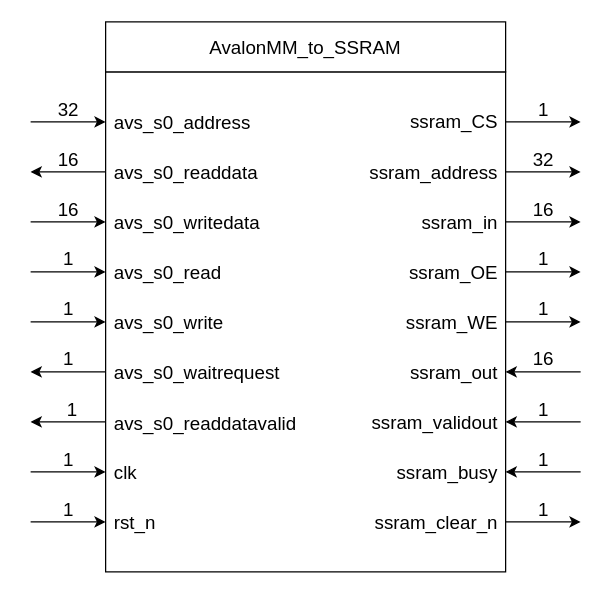
Above: page "AvalonMM_to_SSRAM" (1 of 3) of IP_cores/AvalonMM_to_hRAM/AvalonMM_to_SSRAM_v1/rtl/AvalonMM_to_SSRAM.drawio in AndreaBononi/IP_cores (draw.io), before the change. Source tidied: cells renumbered, new cells numbered last; positions are measured from the earlier drawing's top-left corner, leaving out a move shared by most shapes. Both pictures are drawn from the tidied source at 125%, with x=0, y=0 at pixel (30, 21).
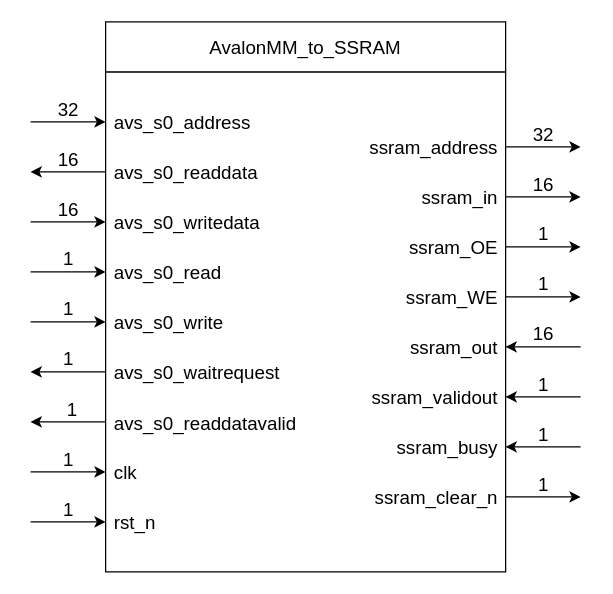
The same page after the edit.

What changed in the source:
```diff
@@
     <mxCell id="11" style="endArrow=classic;html=1;rounded=0;fontSize=15;" parent="1" edge="1">
       <mxGeometry relative="1" as="geometry">
-        <mxPoint x="380" y="200" as="sourcePoint" />
-        <mxPoint x="440" y="200" as="targetPoint" />
+        <mxPoint x="380" y="180" as="sourcePoint" />
+        <mxPoint x="440" y="180" as="targetPoint" />
       </mxGeometry>
     </mxCell>
     <mxCell id="12" value="1" style="text;html=1;align=center;verticalAlign=middle;strokeColor=none;fillColor=none;fontSize=15;" parent="1" vertex="1">
-      <mxGeometry x="400" y="219.3" width="20" height="20" as="geometry" />
+      <mxGeometry x="400" y="199.3" width="20" height="20" as="geometry" />
     </mxCell>
     <mxCell id="13" style="endArrow=classic;html=1;rounded=0;fontSize=15;" parent="1" edge="1">
       <mxGeometry relative="1" as="geometry">
-        <mxPoint x="380" y="160" as="sourcePoint" />
-        <mxPoint x="440" y="160" as="targetPoint" />
+        <mxPoint x="380" y="140" as="sourcePoint" />
+        <mxPoint x="440" y="140" as="targetPoint" />
       </mxGeometry>
     </mxCell>
     <mxCell id="14" value="1" style="text;html=1;align=center;verticalAlign=middle;strokeColor=none;fillColor=none;fontSize=15;" parent="1" vertex="1">
-      <mxGeometry x="400" y="179.3" width="20" height="20" as="geometry" />
+      <mxGeometry x="400" y="159.3" width="20" height="20" as="geometry" />
     </mxCell>
     <mxCell id="15" style="endArrow=classic;html=1;rounded=0;fontSize=15;" parent="1" edge="1">
       <mxGeometry relative="1" as="geometry">
-        <mxPoint x="380" y="240" as="sourcePoint" />
-        <mxPoint x="440" y="240" as="targetPoint" />
+        <mxPoint x="380" y="220" as="sourcePoint" />
+        <mxPoint x="440" y="220" as="targetPoint" />
       </mxGeometry>
     </mxCell>
-    <mxCell id="16" value="1" style="text;html=1;align=center;verticalAlign=middle;strokeColor=none;fillColor=none;fontSize=15;" parent="1" vertex="1">
-      <mxGeometry x="400" y="60" width="20" height="20" as="geometry" />
-    </mxCell>
@@
     <mxCell id="26" style="endArrow=none;html=1;rounded=0;fontSize=15;startArrow=classic;startFill=1;endFill=0;" parent="1" edge="1">
       <mxGeometry relative="1" as="geometry">
-        <mxPoint x="380" y="360" as="sourcePoint" />
-        <mxPoint x="440" y="360" as="targetPoint" />
+        <mxPoint x="380" y="340" as="sourcePoint" />
+        <mxPoint x="440" y="340" as="targetPoint" />
       </mxGeometry>
     </mxCell>
     <mxCell id="27" value="32" style="text;html=1;align=center;verticalAlign=middle;strokeColor=none;fillColor=none;fontSize=15;" parent="1" vertex="1">
-      <mxGeometry x="390" y="95" width="40" height="30" as="geometry" />
+      <mxGeometry x="390" y="75" width="40" height="30" as="geometry" />
     </mxCell>
@@
     <mxCell id="39" value="&lt;font style=&quot;font-size: 15px;&quot;&gt;ssram_&lt;/font&gt;&lt;font style=&quot;font-size: 15px;&quot;&gt;&lt;font style=&quot;font-size: 15px;&quot;&gt;address&lt;/font&gt;&lt;/font&gt;" style="text;html=1;align=right;verticalAlign=middle;strokeColor=none;fillColor=none;" parent="1" vertex="1">
-      <mxGeometry x="245" y="105" width="130" height="30" as="geometry" />
+      <mxGeometry x="245" y="85" width="130" height="30" as="geometry" />
     </mxCell>
     <mxCell id="40" value="&lt;font style=&quot;font-size: 15px;&quot;&gt;ssram_&lt;/font&gt;&lt;font style=&quot;font-size: 15px;&quot;&gt;out&lt;/font&gt;" style="text;html=1;align=right;verticalAlign=middle;strokeColor=none;fillColor=none;" parent="1" vertex="1">
-      <mxGeometry x="285" y="265" width="90" height="30" as="geometry" />
+      <mxGeometry x="285" y="245" width="90" height="30" as="geometry" />
     </mxCell>
     <mxCell id="41" value="&lt;font style=&quot;font-size: 15px;&quot;&gt;ssram_i&lt;/font&gt;&lt;font style=&quot;font-size: 15px;&quot;&gt;n&lt;/font&gt;" style="text;html=1;align=right;verticalAlign=middle;strokeColor=none;fillColor=none;" parent="1" vertex="1">
-      <mxGeometry x="295" y="145" width="80" height="30" as="geometry" />
+      <mxGeometry x="295" y="125" width="80" height="30" as="geometry" />
     </mxCell>
     <mxCell id="42" value="&lt;font style=&quot;font-size: 15px;&quot;&gt;ssram_&lt;/font&gt;&lt;font style=&quot;font-size: 15px;&quot;&gt;&lt;font style=&quot;font-size: 15px;&quot;&gt;validout&lt;/font&gt;&lt;/font&gt;" style="text;html=1;align=right;verticalAlign=middle;strokeColor=none;fillColor=none;" parent="1" vertex="1">
-      <mxGeometry x="255" y="305" width="120" height="30" as="geometry" />
+      <mxGeometry x="255" y="285" width="120" height="30" as="geometry" />
     </mxCell>
     <mxCell id="43" value="&lt;font style=&quot;font-size: 15px;&quot;&gt;ssram_&lt;/font&gt;&lt;font style=&quot;font-size: 15px;&quot;&gt;WE&lt;/font&gt;" style="text;html=1;align=right;verticalAlign=middle;strokeColor=none;fillColor=none;rotation=0;" parent="1" vertex="1">
-      <mxGeometry x="275" y="225" width="100" height="30" as="geometry" />
+      <mxGeometry x="275" y="205" width="100" height="30" as="geometry" />
     </mxCell>
     <mxCell id="44" value="&lt;font style=&quot;font-size: 15px;&quot;&gt;ssram_&lt;/font&gt;&lt;font style=&quot;font-size: 15px;&quot;&gt;OE&lt;/font&gt;" style="text;html=1;align=right;verticalAlign=middle;strokeColor=none;fillColor=none;rotation=0;" parent="1" vertex="1">
-      <mxGeometry x="285" y="185" width="90" height="30" as="geometry" />
+      <mxGeometry x="285" y="165" width="90" height="30" as="geometry" />
     </mxCell>
     <mxCell id="45" value="&lt;font style=&quot;font-size: 15px;&quot;&gt;ssram_&lt;/font&gt;&lt;font style=&quot;font-size: 15px;&quot;&gt;busy&lt;/font&gt;" style="text;html=1;align=right;verticalAlign=middle;strokeColor=none;fillColor=none;" parent="1" vertex="1">
-      <mxGeometry x="275" y="345" width="100" height="30" as="geometry" />
+      <mxGeometry x="275" y="325" width="100" height="30" as="geometry" />
     </mxCell>
-    <mxCell id="46" value="&lt;font style=&quot;font-size: 15px;&quot;&gt;ssram_&lt;/font&gt;&lt;font style=&quot;font-size: 15px;&quot;&gt;&lt;font style=&quot;font-size: 15px;&quot;&gt;CS&lt;/font&gt;&lt;/font&gt;" style="text;html=1;align=right;verticalAlign=middle;strokeColor=none;fillColor=none;" parent="1" vertex="1">
-      <mxGeometry x="285" y="64.3" width="90" height="30" as="geometry" />
-    </mxCell>
     <mxCell id="47" style="endArrow=none;html=1;rounded=0;fontSize=15;startArrow=classic;startFill=1;endFill=0;" parent="1" edge="1">
       <mxGeometry relative="1" as="geometry">
-        <mxPoint x="380" y="320" as="sourcePoint" />
-        <mxPoint x="440" y="320" as="targetPoint" />
+        <mxPoint x="380" y="300" as="sourcePoint" />
+        <mxPoint x="440" y="300" as="targetPoint" />
       </mxGeometry>
     </mxCell>
     <mxCell id="48" style="endArrow=none;html=1;rounded=0;fontSize=15;startArrow=classic;startFill=1;endFill=0;" parent="1" edge="1">
       <mxGeometry relative="1" as="geometry">
-        <mxPoint x="380" y="280" as="sourcePoint" />
-        <mxPoint x="440" y="280" as="targetPoint" />
+        <mxPoint x="380" y="260" as="sourcePoint" />
+        <mxPoint x="440" y="260" as="targetPoint" />
       </mxGeometry>
     </mxCell>
     <mxCell id="49" style="endArrow=classic;html=1;rounded=0;fontSize=15;" parent="1" edge="1">
       <mxGeometry relative="1" as="geometry">
-        <mxPoint x="380" y="120" as="sourcePoint" />
-        <mxPoint x="440" y="120" as="targetPoint" />
+        <mxPoint x="380" y="100" as="sourcePoint" />
+        <mxPoint x="440" y="100" as="targetPoint" />
       </mxGeometry>
     </mxCell>
-    <mxCell id="50" style="endArrow=classic;html=1;rounded=0;fontSize=15;" parent="1" edge="1">
-      <mxGeometry relative="1" as="geometry">
-        <mxPoint x="380" y="80" as="sourcePoint" />
-        <mxPoint x="440" y="80" as="targetPoint" />
-      </mxGeometry>
-    </mxCell>
     <mxCell id="51" value="1" style="text;html=1;align=center;verticalAlign=middle;strokeColor=none;fillColor=none;fontSize=15;" parent="1" vertex="1">
-      <mxGeometry x="400" y="340" width="20" height="20" as="geometry" />
+      <mxGeometry x="400" y="320" width="20" height="20" as="geometry" />
     </mxCell>
     <mxCell id="52" value="1" style="text;html=1;align=center;verticalAlign=middle;strokeColor=none;fillColor=none;fontSize=15;" parent="1" vertex="1">
-      <mxGeometry x="400" y="300" width="20" height="20" as="geometry" />
+      <mxGeometry x="400" y="280" width="20" height="20" as="geometry" />
     </mxCell>
     <mxCell id="53" value="16" style="text;html=1;align=center;verticalAlign=middle;strokeColor=none;fillColor=none;fontSize=15;" parent="1" vertex="1">
-      <mxGeometry x="395" y="140" width="30" height="20" as="geometry" />
+      <mxGeometry x="395" y="120" width="30" height="20" as="geometry" />
     </mxCell>
     <mxCell id="54" value="16" style="text;html=1;align=center;verticalAlign=middle;strokeColor=none;fillColor=none;fontSize=15;" parent="1" vertex="1">
-      <mxGeometry x="395" y="259.3" width="30" height="20" as="geometry" />
+      <mxGeometry x="395" y="239.3" width="30" height="20" as="geometry" />
     </mxCell>
     <mxCell id="55" style="endArrow=classic;html=1;rounded=0;fontSize=15;" parent="1" edge="1">
       <mxGeometry relative="1" as="geometry">
-        <mxPoint x="380" y="400" as="sourcePoint" />
-        <mxPoint x="440" y="400" as="targetPoint" />
+        <mxPoint x="380" y="380" as="sourcePoint" />
+        <mxPoint x="440" y="380" as="targetPoint" />
       </mxGeometry>
     </mxCell>
     <mxCell id="56" value="1" style="text;html=1;align=center;verticalAlign=middle;strokeColor=none;fillColor=none;fontSize=15;" parent="1" vertex="1">
-      <mxGeometry x="400" y="380" width="20" height="20" as="geometry" />
+      <mxGeometry x="400" y="360" width="20" height="20" as="geometry" />
     </mxCell>
     <mxCell id="57" value="&lt;font style=&quot;font-size: 15px;&quot;&gt;ssram_clear_n&lt;/font&gt;" style="text;html=1;align=right;verticalAlign=middle;strokeColor=none;fillColor=none;" parent="1" vertex="1">
-      <mxGeometry x="255" y="385" width="120" height="30" as="geometry" />
+      <mxGeometry x="255" y="365" width="120" height="30" as="geometry" />
     </mxCell>
```
